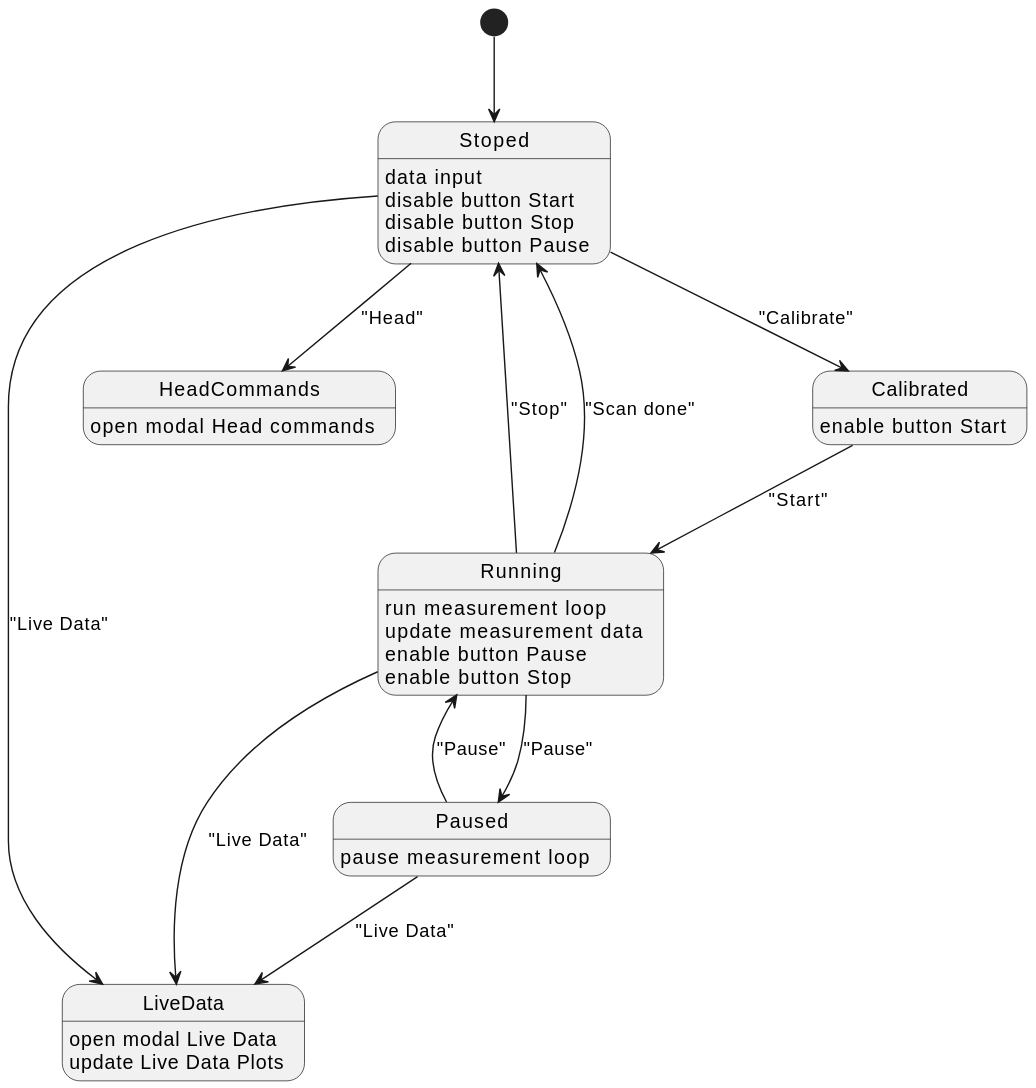
Above: out/design/zustandsdiagramm/Zustandsdiagramm.svg in luki0502/antscan (PlantUML), before the change.
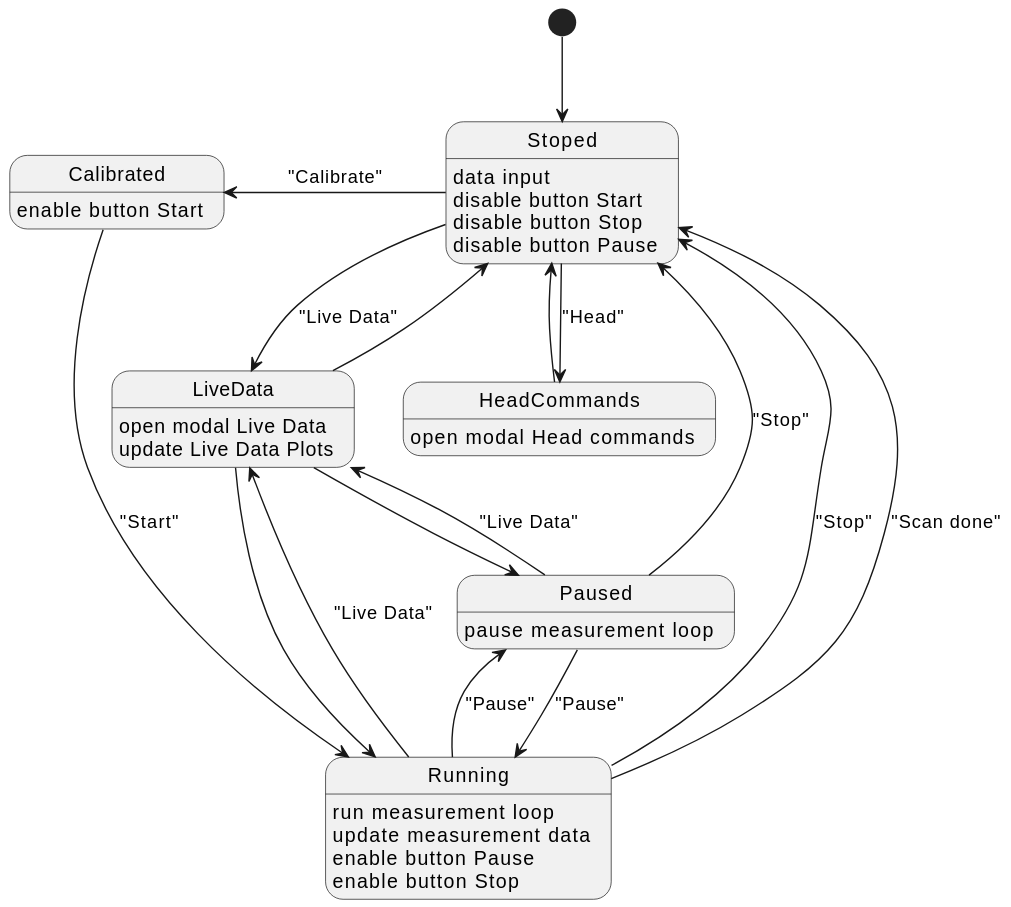
The same diagram one commit later.

Commit message:
added two arrows to state diagram

The edit, as a diff of the source:
```diff
@@ -1,16 +1,21 @@
 @startuml Zustandsdiagramm
 
 [*] --> Stoped
-Stoped --> Calibrated : "Calibrate"
+Stoped -l-> Calibrated : "Calibrate"
 Stoped --> HeadCommands : "Head"
 Calibrated --> Running : "Start"
 Running --> Paused : "Pause"
 Running --> Stoped : "Stop"
+Paused -d-> Stoped : "Stop"
 Running --> Stoped : "Scan done"
 Paused --> Running : "Pause"
 Stoped --> LiveData : "Live Data"
 Running --> LiveData : "Live Data"
 Paused --> LiveData : "Live Data"
+LiveData --> Stoped
+LiveData --> Running
+LiveData --> Paused
+HeadCommands --> Stoped
 
 Stoped : data input
 Stoped : disable button Start
```
